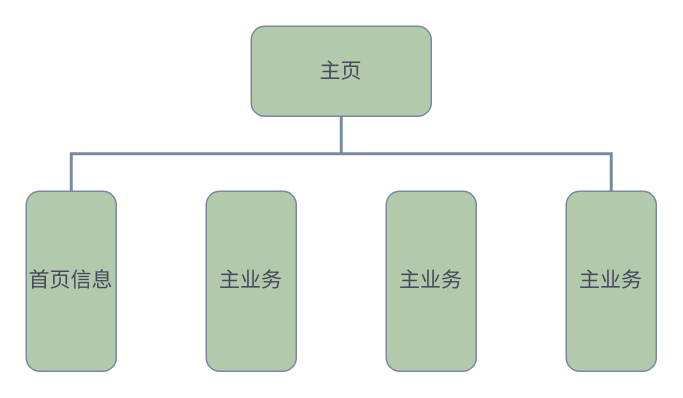
This is 微信小程序主页功能模块.drawio from xp-bear/drawio, a draw.io file, before an edit. Source tidied: cells renumbered, new cells numbered last; positions are measured from the earlier drawing's top-left corner, leaving out a move shared by most shapes. Both pictures are drawn from the tidied source at 150%, with x=0, y=0 at pixel (26, 26).
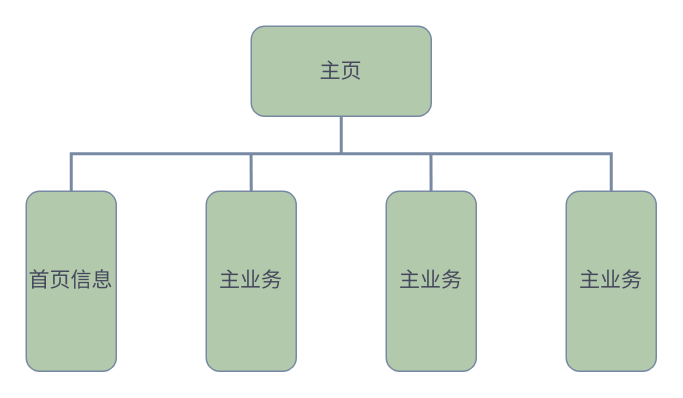
The same page after the edit.

Commit message:
Updates 微信小程序主页功能模块.drawio

Change to the diagram source:
```diff
@@
 <mxGraphModel>
   <root>
     <mxCell id="0" />
     <mxCell id="1" parent="0" />
     <mxCell id="2" value="&lt;font style=&quot;font-size: 14px;&quot;&gt;主页&lt;/font&gt;" style="rounded=1;whiteSpace=wrap;html=1;fillColor=#B2C9AB;strokeColor=#788AA3;fontColor=#46495D;" parent="1" vertex="1">
       <mxGeometry x="150" width="120" height="60" as="geometry" />
     </mxCell>
     <mxCell id="3" style="strokeWidth=2;html=1;shape=mxgraph.flowchart.annotation_2;align=left;labelPosition=right;direction=south;fillColor=#B2C9AB;strokeColor=#788AA3;fontColor=#46495D;" parent="1" vertex="1">
       <mxGeometry x="30" y="60" width="360" height="50" as="geometry" />
     </mxCell>
     <mxCell id="4" value="&lt;font style=&quot;font-size: 14px;&quot;&gt;首页信息&lt;/font&gt;" style="rounded=1;whiteSpace=wrap;html=1;direction=south;horizontal=1;verticalAlign=middle;align=center;fontFamily=Comic Sans MS;labelBorderColor=none;labelBackgroundColor=none;fillColor=#B2C9AB;strokeColor=#788AA3;fontColor=#46495D;" parent="1" vertex="1">
       <mxGeometry y="110" width="60" height="120" as="geometry" />
     </mxCell>
     <mxCell id="5" value="&lt;font style=&quot;font-size: 14px;&quot;&gt;主业务&lt;/font&gt;" style="rounded=1;whiteSpace=wrap;html=1;direction=south;horizontal=1;verticalAlign=middle;align=center;fontFamily=Comic Sans MS;labelBorderColor=none;labelBackgroundColor=none;fillColor=#B2C9AB;strokeColor=#788AA3;fontColor=#46495D;" parent="1" vertex="1">
       <mxGeometry x="120" y="110" width="60" height="120" as="geometry" />
     </mxCell>
     <mxCell id="6" value="&lt;font style=&quot;font-size: 14px;&quot;&gt;主业务&lt;/font&gt;" style="rounded=1;whiteSpace=wrap;html=1;direction=south;horizontal=1;verticalAlign=middle;align=center;fontFamily=Comic Sans MS;labelBorderColor=none;labelBackgroundColor=none;fillColor=#B2C9AB;strokeColor=#788AA3;fontColor=#46495D;" parent="1" vertex="1">
       <mxGeometry x="240" y="110" width="60" height="120" as="geometry" />
     </mxCell>
     <mxCell id="7" value="&lt;font style=&quot;font-size: 14px;&quot;&gt;主业务&lt;/font&gt;" style="rounded=1;whiteSpace=wrap;html=1;direction=south;horizontal=1;verticalAlign=middle;align=center;fontFamily=Comic Sans MS;labelBorderColor=none;labelBackgroundColor=none;fillColor=#B2C9AB;strokeColor=#788AA3;fontColor=#46495D;" parent="1" vertex="1">
       <mxGeometry x="360" y="110" width="60" height="120" as="geometry" />
     </mxCell>
+    <mxCell id="8" style="endArrow=none;html=1;rounded=1;sketch=0;fontColor=#46495D;strokeColor=#788AA3;fillColor=#B2C9AB;curved=0;entryX=0.495;entryY=0.667;entryDx=0;entryDy=0;entryPerimeter=0;strokeWidth=2;" parent="1" edge="1" target="3">
+      <mxGeometry relative="1" as="geometry">
+        <mxPoint x="150" y="110" as="sourcePoint" />
+      </mxGeometry>
+    </mxCell>
+    <mxCell id="9" style="endArrow=none;html=1;rounded=1;sketch=0;fontColor=#46495D;strokeColor=#788AA3;fillColor=#B2C9AB;curved=0;entryX=0.495;entryY=0.667;entryDx=0;entryDy=0;entryPerimeter=0;fontSize=16;strokeWidth=2;" parent="1" edge="1">
+      <mxGeometry relative="1" as="geometry">
+        <mxPoint x="269.9" y="110" as="sourcePoint" />
+        <mxPoint x="269.8" y="84.7" as="targetPoint" />
+      </mxGeometry>
+    </mxCell>
   </root>
 </mxGraphModel>
```
